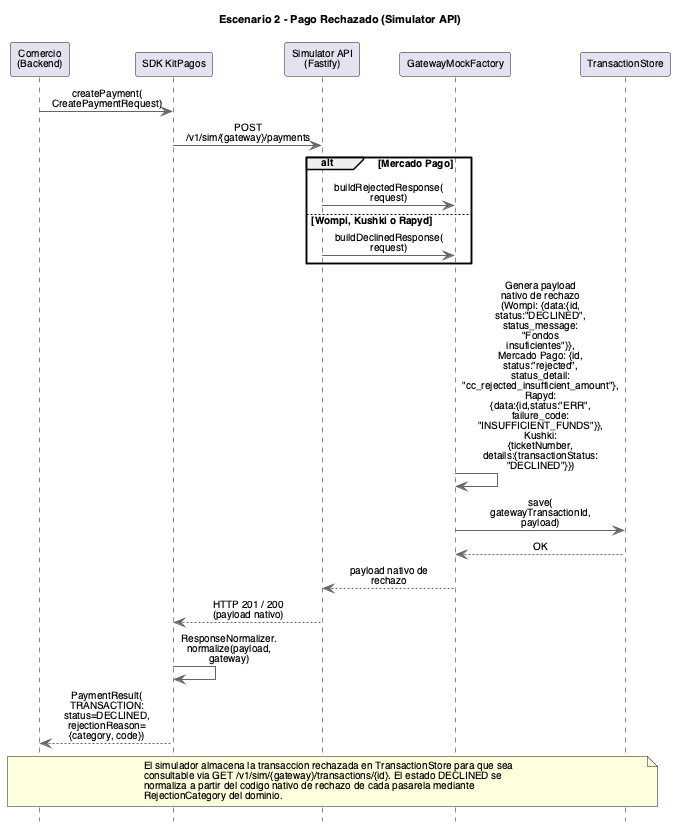
Earlier version of the PlantUML export docs/architecture/Simulador API/Sequence Diagram - Denied Payment.png (PurosBrothers/Kit-Pagos-Colombia---Tesis).
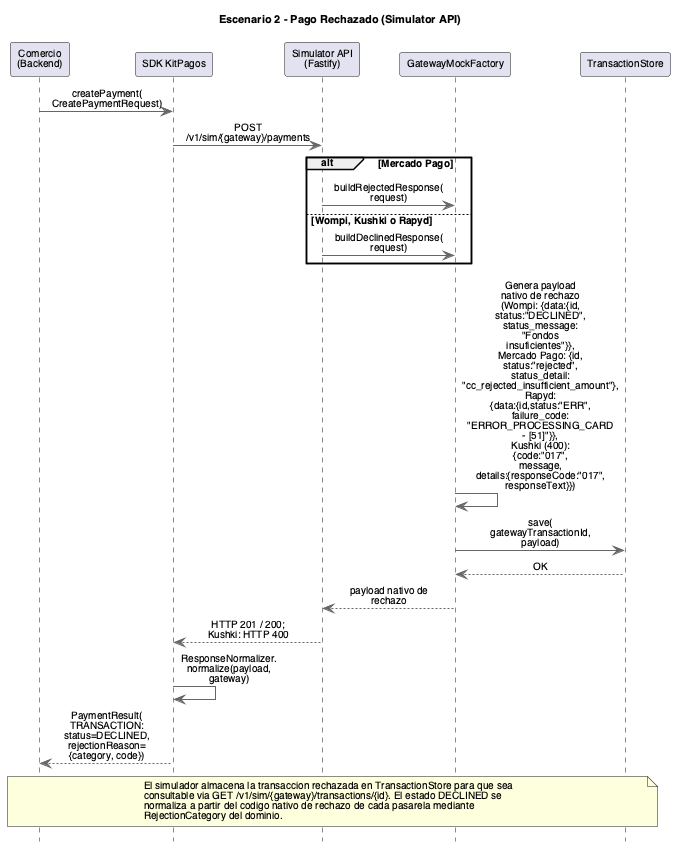
The same diagram one commit later.

Change to the diagram source:
```diff
@@ -30,11 +30,11 @@
 else Wompi, Kushki o Rapyd
   SimAPI -> MockFactory : buildDeclinedResponse(\nrequest)
 end
-MockFactory -> MockFactory : Genera payload nativo de rechazo\n(Wompi: {data:{id,\nstatus:"DECLINED",\nstatus_message:\n"Fondos insuficientes"}},\nMercado Pago: {id,\nstatus:"rejected",\nstatus_detail:\n"cc_rejected_insufficient_amount"},\nRapyd: {data:{id,status:"ERR",\nfailure_code:\n"INSUFFICIENT_FUNDS"}},\nKushki: {ticketNumber,\ndetails:{transactionStatus:\n"DECLINED"}})
+MockFactory -> MockFactory : Genera payload nativo de rechazo\n(Wompi: {data:{id,\nstatus:"DECLINED",\nstatus_message:\n"Fondos insuficientes"}},\nMercado Pago: {id,\nstatus:"rejected",\nstatus_detail:\n"cc_rejected_insufficient_amount"},\nRapyd: {data:{id,status:"ERR",\nfailure_code:\n"ERROR_PROCESSING_CARD - [51]"}},\nKushki (400):\n{code:"017", message,\ndetails:{responseCode:"017",\nresponseText}})
 MockFactory -> Store : save(\ngatewayTransactionId,\npayload)
 Store --> MockFactory : OK
 MockFactory --> SimAPI : payload nativo de rechazo
-SimAPI --> SDK : HTTP 201 / 200 (payload nativo)
+SimAPI --> SDK : HTTP 201 / 200;\nKushki: HTTP 400
 SDK -> SDK : ResponseNormalizer.\nnormalize(payload,\ngateway)
 SDK --> Comercio : PaymentResult(\nTRANSACTION:\nstatus=DECLINED,\nrejectionReason=\n{category, code})
 
```
